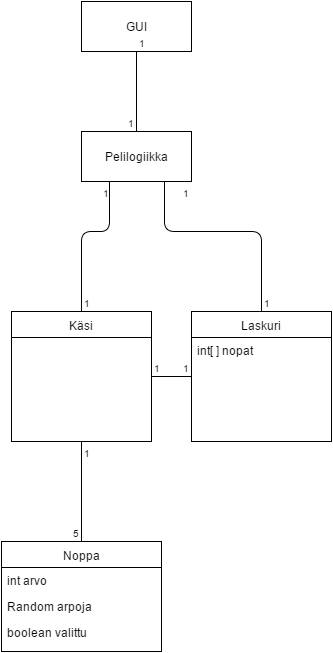
Above: dokumentaatio/Yatzy.png in iirekola/Yatzy (draw.io), before the change. Source tidied: cells renumbered, new cells last; positions are measured from the earlier drawing's top-left corner, leaving out a move shared by most shapes.
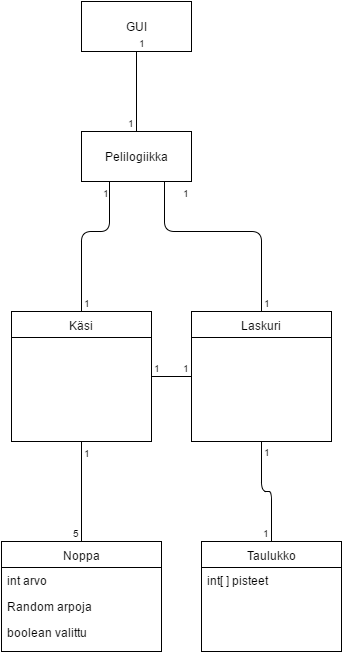
Above is the later version.

Change to the diagram source:
```diff
@@ -17,9 +17,6 @@
     <mxCell id="6" value="Laskuri" style="swimlane;html=1;fontStyle=0;horizontal=1;startSize=26;fillColor=none;swimlaneFillColor=#ffffff;" parent="1" vertex="1">
       <mxGeometry x="190" y="310" width="140" height="130" as="geometry" />
     </mxCell>
-    <mxCell id="7" value="int[ ] nopat" style="text;html=1;strokeColor=none;fillColor=none;align=left;verticalAlign=top;spacingLeft=4;spacingRight=4;whiteSpace=wrap;overflow=hidden;" parent="6" vertex="1">
-      <mxGeometry y="26" width="140" height="26" as="geometry" />
-    </mxCell>
     <mxCell id="8" style="edgeStyle=orthogonalEdgeStyle;rounded=0;html=1;exitX=0.5;exitY=1;entryX=0.5;entryY=1;jettySize=auto;orthogonalLoop=1;" parent="1" edge="1" source="6" target="6">
       <mxGeometry relative="1" as="geometry" />
     </mxCell>
@@ -106,5 +103,27 @@
     <mxCell id="26" value="1" style="html=1;align=right;verticalAlign=bottom;labelBackgroundColor=#ffffff;fontSize=10;" parent="24" vertex="1">
       <mxGeometry x="1" relative="1" as="geometry" />
     </mxCell>
+    <mxCell id="27" value="Taulukko" style="swimlane;html=1;fontStyle=0;horizontal=1;startSize=26;fillColor=none;swimlaneFillColor=#ffffff;" parent="1" vertex="1">
+      <mxGeometry x="200" y="540" width="140" height="110" as="geometry" />
+    </mxCell>
+    <mxCell id="28" value="int[ ] pisteet" style="text;html=1;strokeColor=none;fillColor=none;align=left;verticalAlign=top;spacingLeft=4;spacingRight=4;whiteSpace=wrap;overflow=hidden;" parent="27" vertex="1">
+      <mxGeometry y="26" width="140" height="26" as="geometry" />
+    </mxCell>
+    <mxCell id="29" style="endArrow=none;html=1;edgeStyle=orthogonalEdgeStyle;entryX=0.5;entryY=0;" parent="1" edge="1" source="6" target="27">
+      <mxGeometry relative="1" as="geometry">
+        <Array as="points">
+          <mxPoint x="260" y="490" />
+          <mxPoint x="270" y="490" />
+        </Array>
+      </mxGeometry>
+    </mxCell>
+    <mxCell id="30" value="1" style="html=1;align=left;verticalAlign=bottom;labelBackgroundColor=#ffffff;fontSize=10;" parent="29" vertex="1">
+      <mxGeometry x="-1" relative="1" as="geometry">
+        <mxPoint y="19" as="offset" />
+      </mxGeometry>
+    </mxCell>
+    <mxCell id="31" value="1" style="html=1;align=right;verticalAlign=bottom;labelBackgroundColor=#ffffff;fontSize=10;" parent="29" vertex="1">
+      <mxGeometry x="1" relative="1" as="geometry" />
+    </mxCell>
   </root>
 </mxGraphModel>
```
